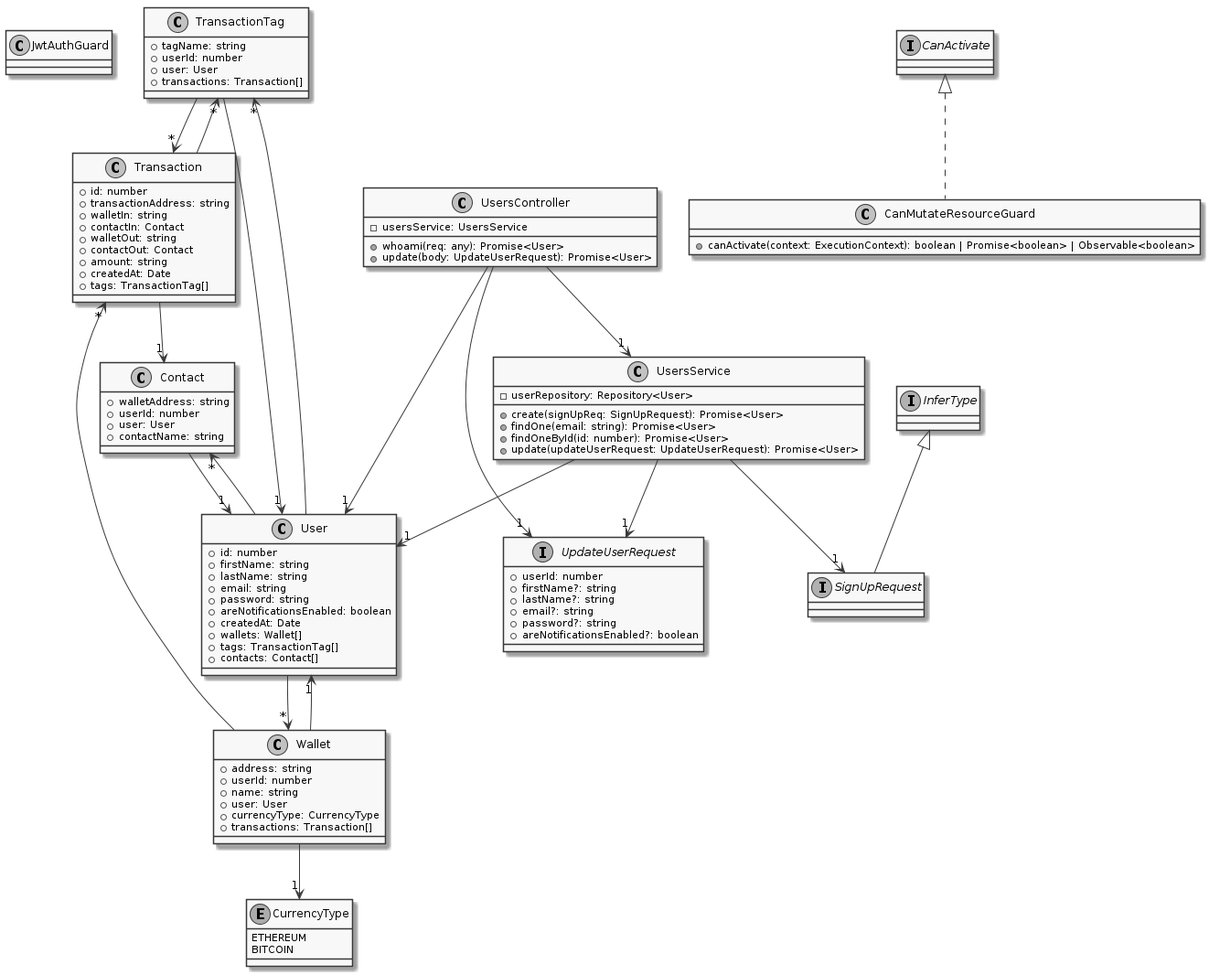
The PlantUML diagram packages/docs/diagrams/generated/class_diagram_api_users.png in SOEN-490-Capstone/Cryptify, before a commit.
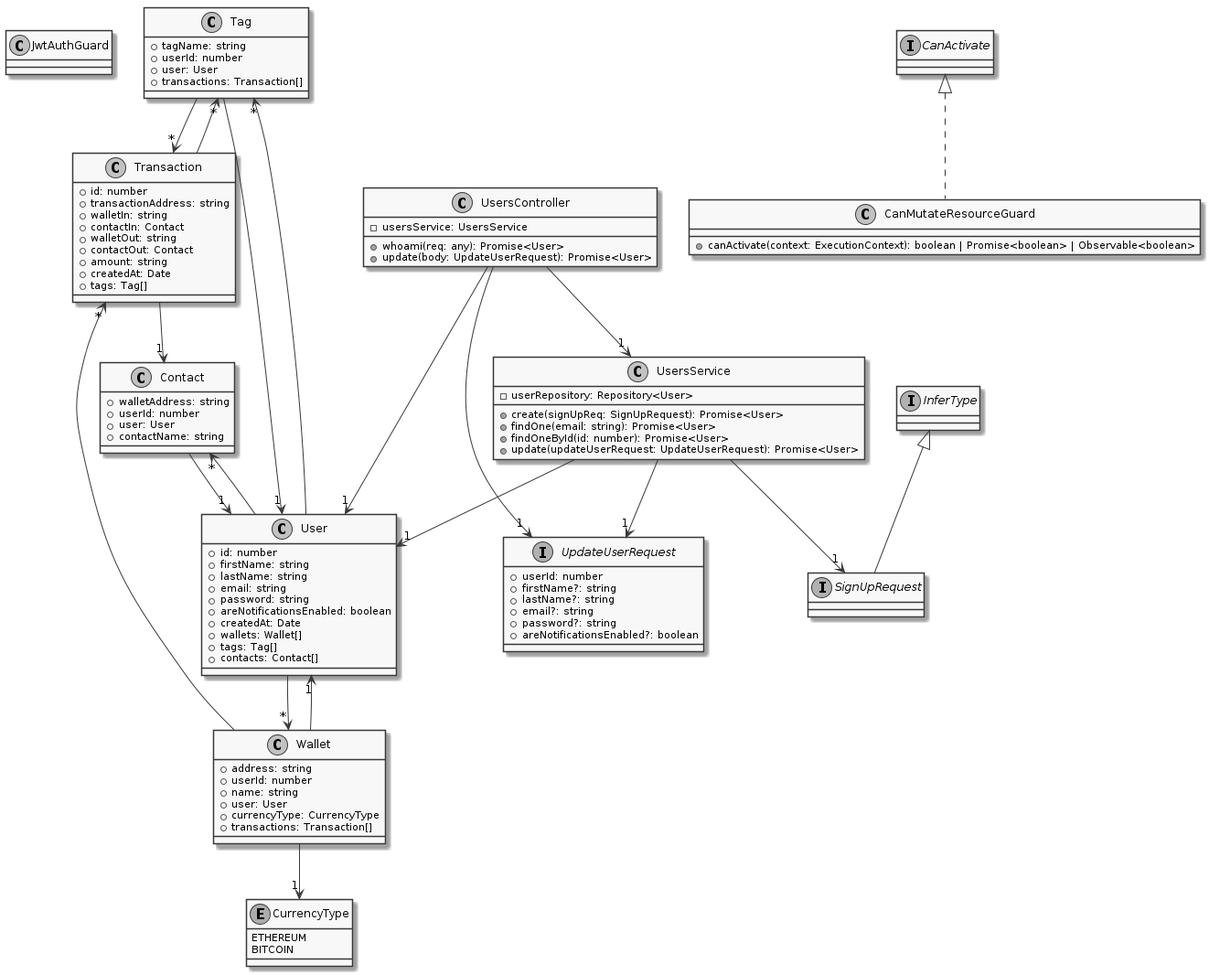
After the change.

Diff of the diagram source:
```diff
@@ -1,7 +1,7 @@
 @startuml
 skinparam monochrome true
 class JwtAuthGuard
-class TransactionTag {
+class Tag {
     +tagName: string
     +userId: number
     +user: User
@@ -22,7 +22,7 @@
     +contactOut: Contact
     +amount: string
     +createdAt: Date
-    +tags: TransactionTag[]
+    +tags: Tag[]
 }
 enum CurrencyType {
     ETHEREUM
@@ -45,7 +45,7 @@
     +areNotificationsEnabled: boolean
     +createdAt: Date
     +wallets: Wallet[]
-    +tags: TransactionTag[]
+    +tags: Tag[]
     +contacts: Contact[]
 }
 interface SignUpRequest extends InferType
@@ -72,16 +72,16 @@
     +whoami(req: any): Promise<User>
     +update(body: UpdateUserRequest): Promise<User>
 }
-TransactionTag --> "1" User
-TransactionTag --> "*" Transaction
+Tag --> "1" User
+Tag --> "*" Transaction
 Contact --> "1" User
 Transaction --> "1" Contact
-Transaction --> "*" TransactionTag
+Transaction --> "*" Tag
 Wallet --> "1" User
 Wallet --> "1" CurrencyType
 Wallet --> "*" Transaction
 User --> "*" Wallet
-User --> "*" TransactionTag
+User --> "*" Tag
 User --> "*" Contact
 UsersService --> "1" User
 UsersService --> "1" SignUpRequest
```
